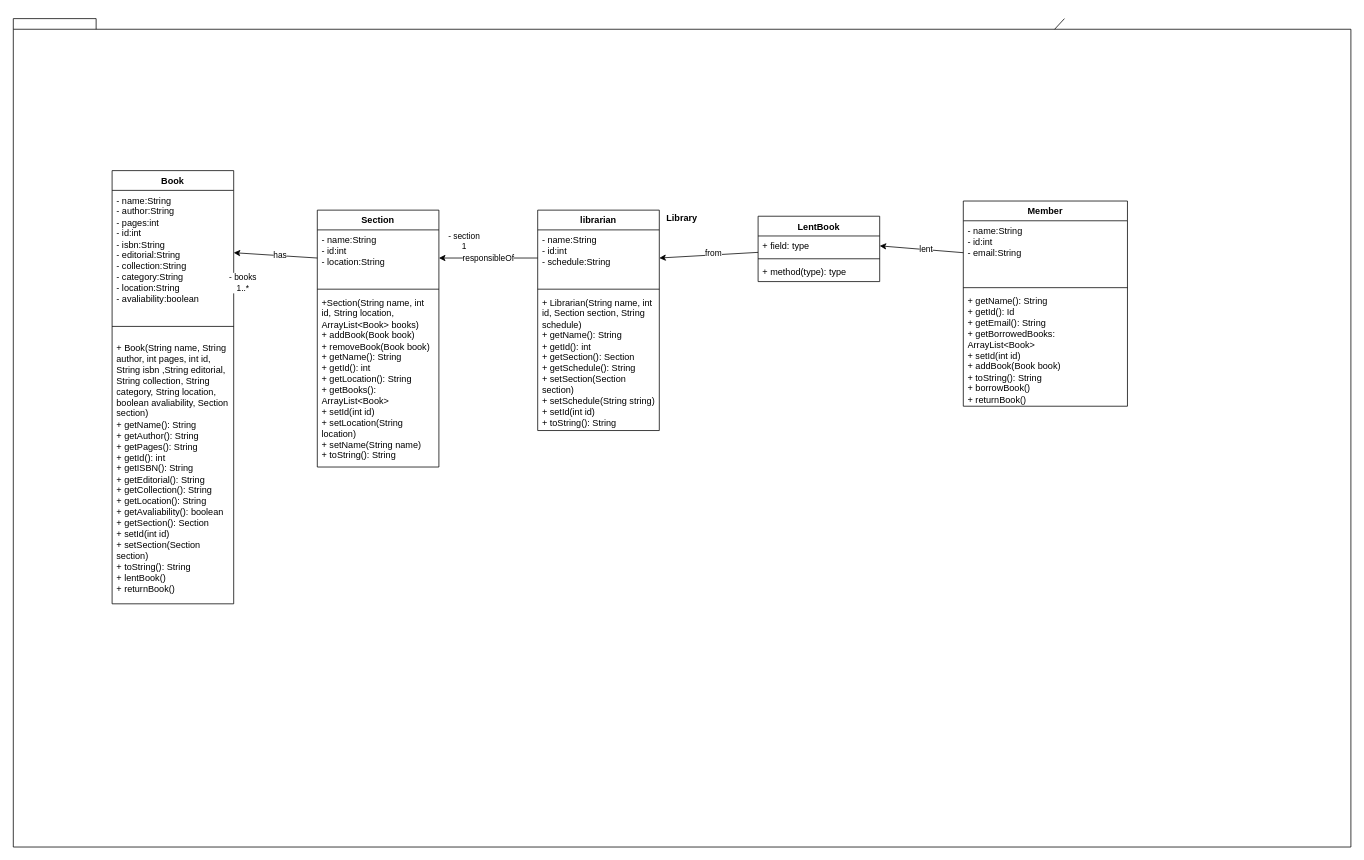
Earlier version of the draw.io diagram Week5/Library.drawio (Julian-Florez/OOP-Project). Source tidied: cells renumbered, new cells numbered last; positions are measured from the earlier drawing's top-left corner, leaving out a move shared by most shapes. Both pictures are drawn from the tidied source at 76%, with x=0, y=0 at pixel (13, 18).
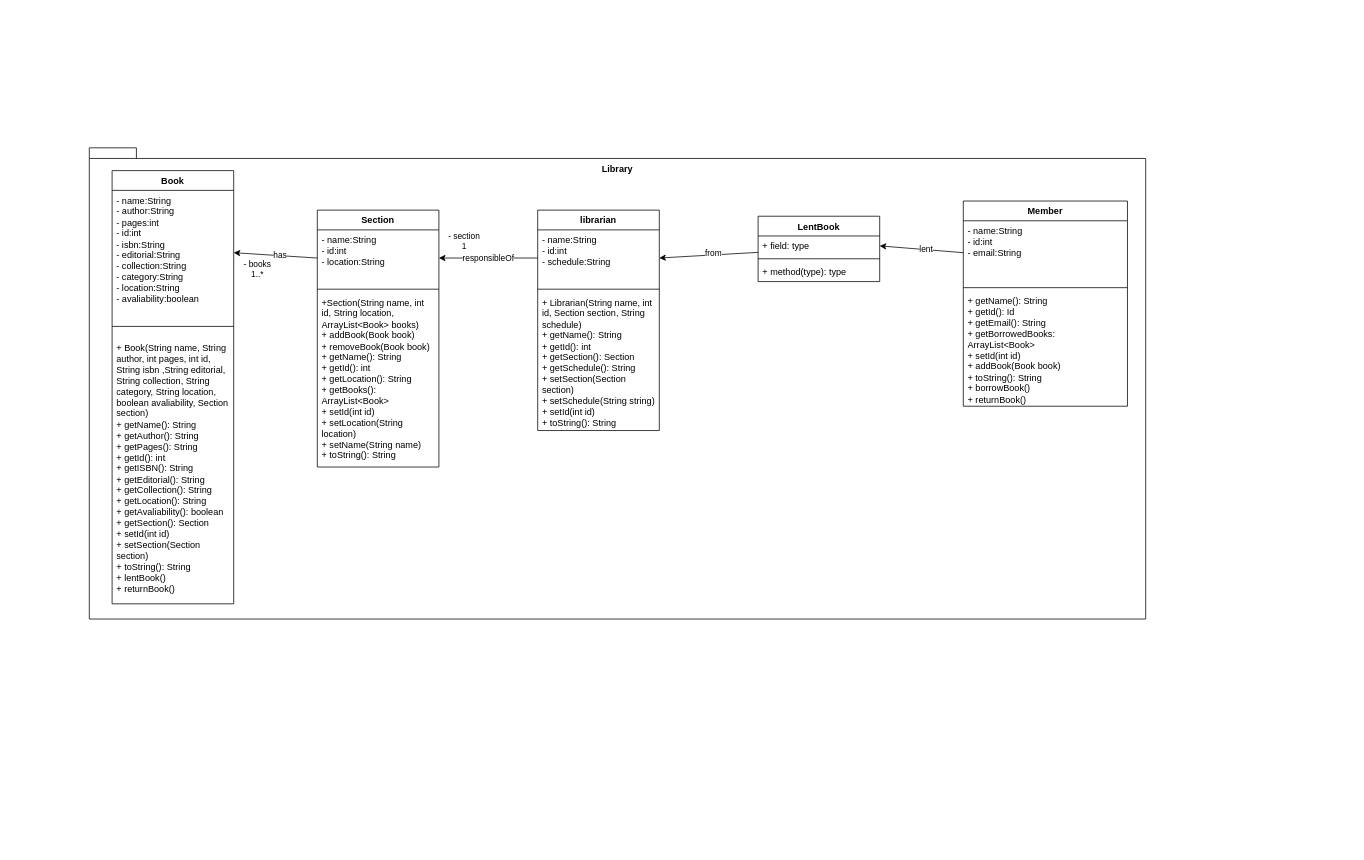
After the change.

Commit message (it also covers changes not shown here):
Edit Gym and Library diagrams

Unchanged cells that the change refers to:
```xml
<mxCell id="22" style="edgeStyle=none;html=1;exitX=0;exitY=0.5;exitDx=0;exitDy=0;entryX=1;entryY=0.5;entryDx=0;entryDy=0;endArrow=classic;endFill=1;" parent="1" edge="1" source="17" target="5">
  <mxGeometry relative="1" as="geometry" />
</mxCell>
```

Diff of the diagram source:
```diff
@@
-    <mxCell id="2" style="edgeStyle=none;html=1;" parent="1" edge="1" source="3">
-      <mxGeometry relative="1" as="geometry">
-        <mxPoint x="1180" y="220" as="targetPoint" />
-      </mxGeometry>
-    </mxCell>
     <mxCell id="3" value="&lt;div&gt;&lt;br&gt;&lt;/div&gt;&lt;div&gt;&lt;br&gt;&lt;/div&gt;&lt;div&gt;&lt;br&gt;&lt;/div&gt;Library&lt;div&gt;&lt;br&gt;&lt;/div&gt;&lt;div&gt;&lt;br&gt;&lt;/div&gt;&lt;div&gt;&lt;br&gt;&lt;/div&gt;&lt;div&gt;&lt;br&gt;&lt;/div&gt;&lt;div&gt;&lt;br&gt;&lt;/div&gt;&lt;div&gt;&lt;br&gt;&lt;/div&gt;&lt;div&gt;&lt;br&gt;&lt;/div&gt;&lt;div&gt;&lt;br&gt;&lt;/div&gt;&lt;div&gt;&lt;br&gt;&lt;/div&gt;&lt;div&gt;&lt;br&gt;&lt;/div&gt;&lt;div&gt;&lt;br&gt;&lt;/div&gt;&lt;div&gt;&lt;br&gt;&lt;/div&gt;&lt;div&gt;&lt;br&gt;&lt;/div&gt;&lt;div&gt;&lt;br&gt;&lt;/div&gt;&lt;div&gt;&lt;br&gt;&lt;/div&gt;&lt;div&gt;&lt;br&gt;&lt;/div&gt;&lt;div&gt;&lt;br&gt;&lt;/div&gt;&lt;div&gt;&lt;br&gt;&lt;/div&gt;&lt;div&gt;&lt;br&gt;&lt;/div&gt;&lt;div&gt;&lt;br&gt;&lt;/div&gt;&lt;div&gt;&lt;br&gt;&lt;/div&gt;&lt;div&gt;&lt;br&gt;&lt;/div&gt;&lt;div&gt;&lt;br&gt;&lt;/div&gt;&lt;div&gt;&lt;br&gt;&lt;/div&gt;&lt;div&gt;&lt;br&gt;&lt;/div&gt;&lt;div&gt;&lt;br&gt;&lt;/div&gt;&lt;div&gt;&lt;br&gt;&lt;/div&gt;&lt;div&gt;&lt;br&gt;&lt;/div&gt;&lt;div&gt;&lt;br&gt;&lt;/div&gt;&lt;div&gt;&lt;br&gt;&lt;/div&gt;&lt;div&gt;&lt;br&gt;&lt;/div&gt;&lt;div&gt;&lt;br&gt;&lt;/div&gt;&lt;div&gt;&lt;br&gt;&lt;/div&gt;&lt;div&gt;&lt;br&gt;&lt;/div&gt;&lt;div&gt;&lt;br&gt;&lt;/div&gt;&lt;div&gt;&lt;br&gt;&lt;/div&gt;&lt;div&gt;&lt;br&gt;&lt;/div&gt;&lt;div&gt;&lt;br&gt;&lt;/div&gt;&lt;div&gt;&lt;br&gt;&lt;/div&gt;&lt;div&gt;&lt;br&gt;&lt;/div&gt;&lt;div&gt;&lt;br&gt;&lt;/div&gt;&lt;div&gt;&lt;br&gt;&lt;/div&gt;&lt;div&gt;&lt;br&gt;&lt;/div&gt;" style="shape=folder;fontStyle=1;spacingTop=10;tabWidth=40;tabHeight=14;tabPosition=left;html=1;whiteSpace=wrap;" parent="1" vertex="1">
-      <mxGeometry width="1760" height="1090" as="geometry" />
+      <mxGeometry x="100" y="170" width="1390" height="620" as="geometry" />
     </mxCell>
@@
     <mxCell id="23" value="- books&lt;br&gt;1..*" style="edgeLabel;html=1;align=center;verticalAlign=middle;" parent="22" vertex="1">
       <mxGeometry x="0.77" y="-3" relative="1" as="geometry">
-        <mxPoint x="-1" y="42" as="offset" />
+        <mxPoint x="18" y="24" as="offset" />
       </mxGeometry>
     </mxCell>
```
